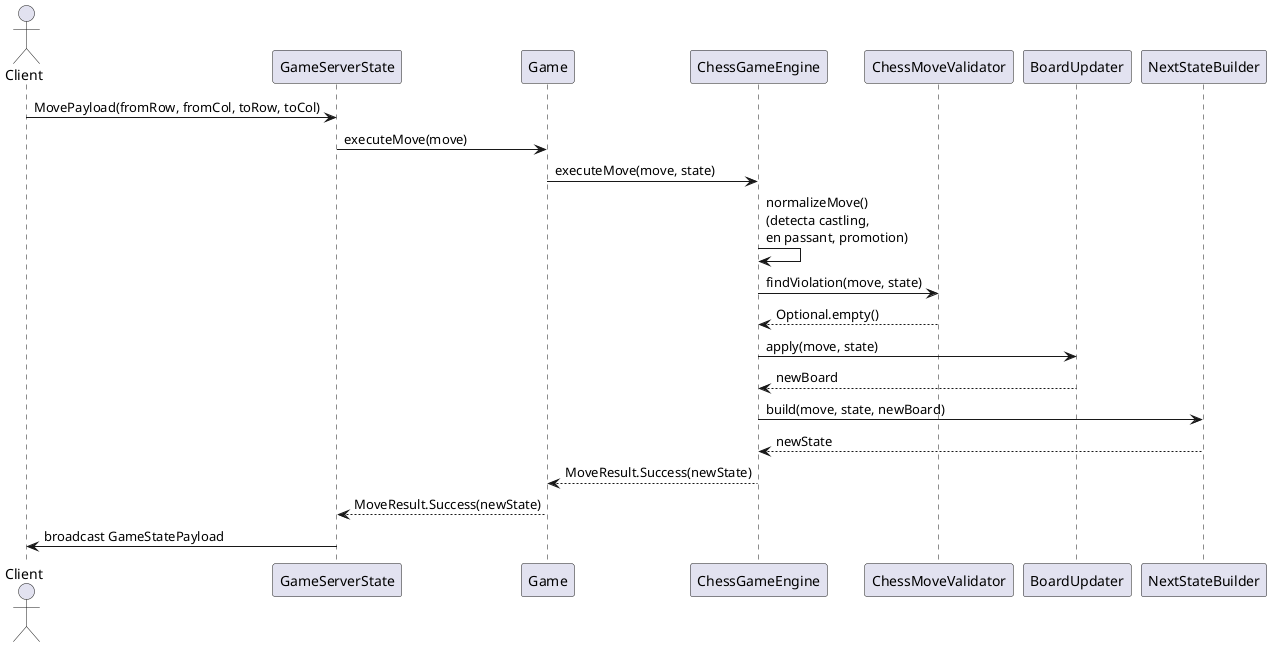
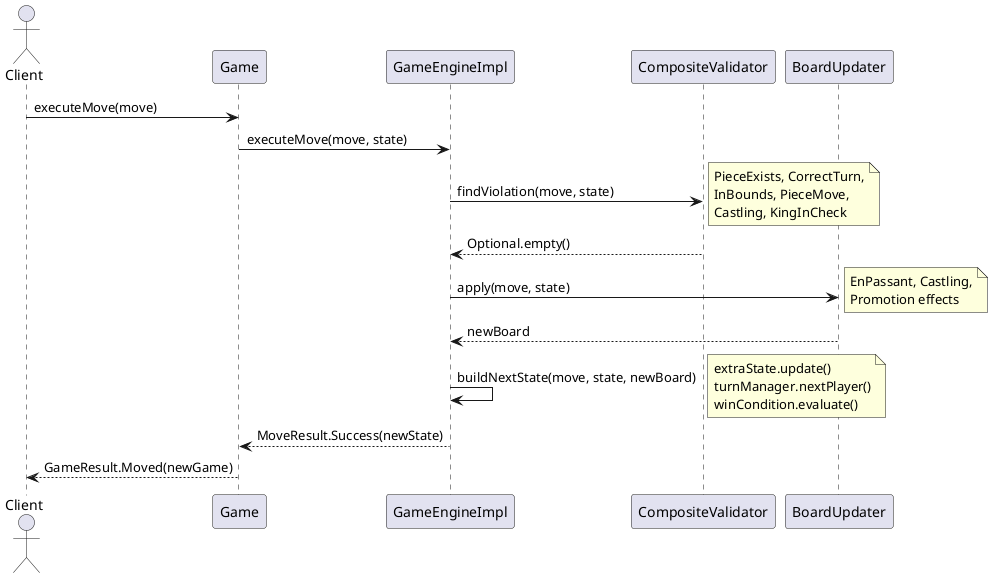
@startuml chess-sequence-diagram

actor Client
- participant GameServerState
participant Game
- participant ChessGameEngine
- participant ChessMoveValidator
+ participant GameEngineImpl
+ participant CompositeValidator
participant BoardUpdater
- participant NextStateBuilder

- Client -> GameServerState : MovePayload(fromRow, fromCol, toRow, toCol)
- GameServerState -> Game : executeMove(move)
- Game -> ChessGameEngine : executeMove(move, state)
+ Client -> Game : executeMove(move)
+ Game -> GameEngineImpl : executeMove(move, state)

- ChessGameEngine -> ChessGameEngine : normalizeMove()\n(detecta castling,\nen passant, promotion)
+ GameEngineImpl -> CompositeValidator : findViolation(move, state)
+ note right : PieceExists, CorrectTurn,\nInBounds, PieceMove,\nCastling, KingInCheck
+ CompositeValidator --> GameEngineImpl : Optional.empty()

- ChessGameEngine -> ChessMoveValidator : findViolation(move, state)
- ChessMoveValidator --> ChessGameEngine : Optional.empty()
+ GameEngineImpl -> BoardUpdater : apply(move, state)
+ note right : EnPassant, Castling,\nPromotion effects
+ BoardUpdater --> GameEngineImpl : newBoard

- ChessGameEngine -> BoardUpdater : apply(move, state)
- BoardUpdater --> ChessGameEngine : newBoard
+ GameEngineImpl -> GameEngineImpl : buildNextState(move, state, newBoard)
+ note right : extraState.update()\nturnManager.nextPlayer()\nwinCondition.evaluate()

- ChessGameEngine -> NextStateBuilder : build(move, state, newBoard)
- NextStateBuilder --> ChessGameEngine : newState
- 
- ChessGameEngine --> Game : MoveResult.Success(newState)
- Game --> GameServerState : MoveResult.Success(newState)
- GameServerState -> Client : broadcast GameStatePayload
+ GameEngineImpl --> Game : MoveResult.Success(newState)
+ Game --> Client : GameResult.Moved(newGame)

@enduml